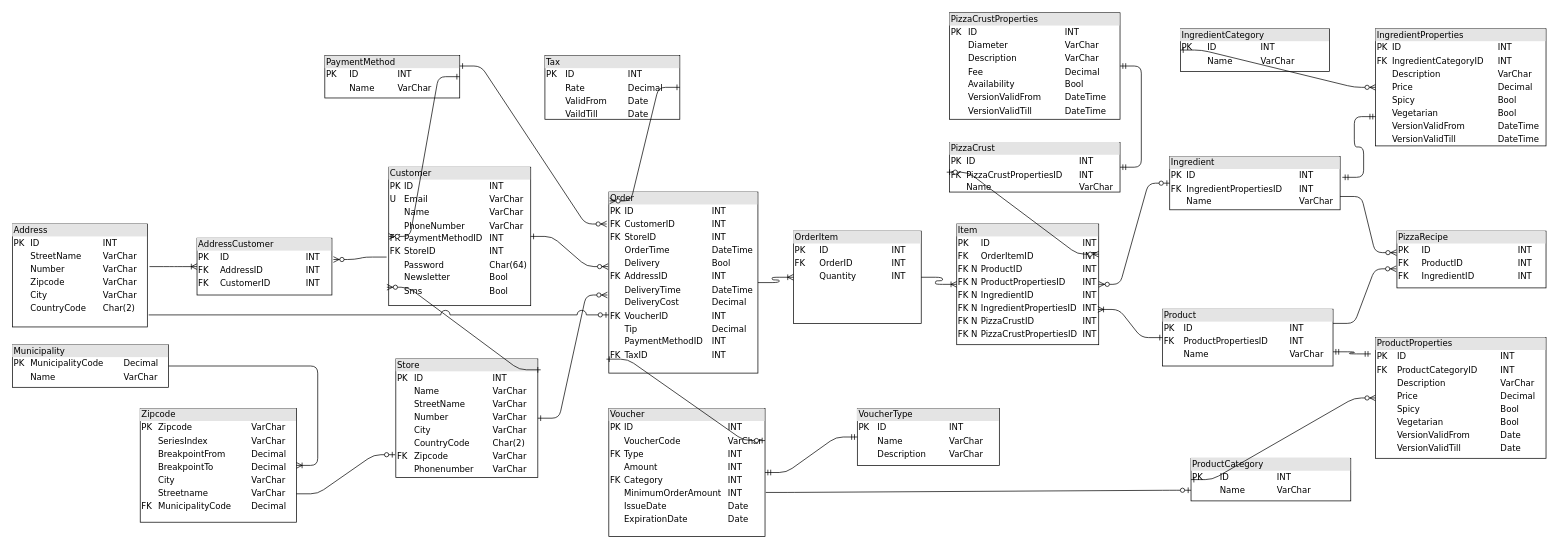
SlatanEnLexSemester4/Mario-Pizza-Case keeps this draw.io diagram as DBO_huidige_situatie.drawio. Above is the earlier version. Source tidied: cells renumbered, new cells numbered last; positions are measured from the earlier drawing's top-left corner, leaving out a move shared by most shapes. Both pictures are drawn from the tidied source at 71%, with x=0, y=0 at pixel (12, 12).
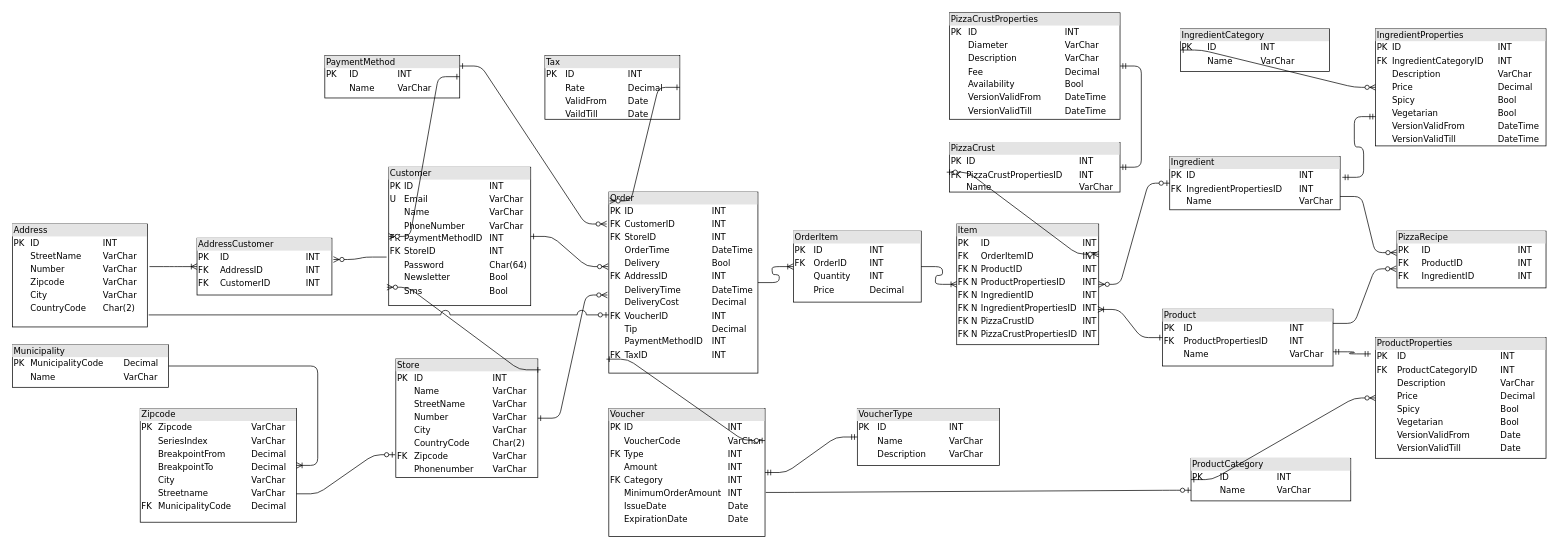
The same diagram, later.

The edit, as a diff of the source:
```diff
@@
-    <mxCell id="13" value="&lt;div style=&quot;box-sizing: border-box ; width: 100% ; background: #e4e4e4 ; padding: 2px&quot;&gt;OrderItem&lt;br&gt;&lt;/div&gt;&lt;table style=&quot;width: 100% ; font-size: 1em&quot; cellspacing=&quot;0&quot; cellpadding=&quot;2&quot;&gt;&lt;tbody&gt;&lt;tr&gt;&lt;td&gt;PK&lt;/td&gt;&lt;td&gt;ID&lt;/td&gt;&lt;td&gt;INT&lt;/td&gt;&lt;/tr&gt;&lt;tr&gt;&lt;td&gt;FK&lt;/td&gt;&lt;td&gt;OrderID&lt;br&gt;&lt;/td&gt;&lt;td&gt;INT&lt;/td&gt;&lt;/tr&gt;&lt;tr&gt;&lt;td&gt;&lt;br&gt;&lt;/td&gt;&lt;td&gt;Quantity&lt;/td&gt;&lt;td&gt;INT&lt;/td&gt;&lt;/tr&gt;&lt;/tbody&gt;&lt;/table&gt;" style="verticalAlign=top;align=left;overflow=fill;html=1;rounded=0;shadow=0;comic=0;labelBackgroundColor=none;strokeWidth=1;fontFamily=Verdana;fontSize=12;" parent="1" vertex="1">
-      <mxGeometry x="1100" y="308" width="180" height="130" as="geometry" />
+    <mxCell id="13" value="&lt;div style=&quot;box-sizing: border-box ; width: 100% ; background: #e4e4e4 ; padding: 2px&quot;&gt;OrderItem&lt;br&gt;&lt;/div&gt;&lt;table style=&quot;width: 100% ; font-size: 1em&quot; cellspacing=&quot;0&quot; cellpadding=&quot;2&quot;&gt;&lt;tbody&gt;&lt;tr&gt;&lt;td&gt;PK&lt;/td&gt;&lt;td&gt;ID&lt;/td&gt;&lt;td&gt;INT&lt;/td&gt;&lt;/tr&gt;&lt;tr&gt;&lt;td&gt;FK&lt;/td&gt;&lt;td&gt;OrderID&lt;br&gt;&lt;/td&gt;&lt;td&gt;INT&lt;/td&gt;&lt;/tr&gt;&lt;tr&gt;&lt;td&gt;&lt;br&gt;&lt;/td&gt;&lt;td&gt;Quantity&lt;/td&gt;&lt;td&gt;INT&lt;/td&gt;&lt;/tr&gt;&lt;tr&gt;&lt;td&gt;&lt;br&gt;&lt;/td&gt;&lt;td&gt;Price&lt;br&gt;&lt;/td&gt;&lt;td&gt;Decimal&lt;br&gt;&lt;/td&gt;&lt;/tr&gt;&lt;/tbody&gt;&lt;/table&gt;" style="verticalAlign=top;align=left;overflow=fill;html=1;rounded=0;shadow=0;comic=0;labelBackgroundColor=none;strokeWidth=1;fontFamily=Verdana;fontSize=12;" parent="1" vertex="1">
+      <mxGeometry x="1100" y="308" width="180" height="100" as="geometry" />
     </mxCell>
```
